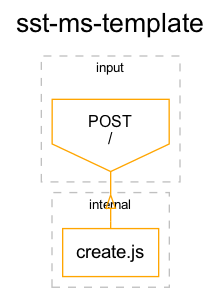
Earlier version of the Graphviz export stackdef/stackdef.png (wintvelt/sst-iam-test). Its source is kept beside it as stackdef/stackdef.dot. The source it was exported from:
```dot
digraph {
        node [shape=plaintext fontname="Arial" fontsize="10"]
        edge [fontname="Arial" fontsize="10"]
        subgraph cluster0 {
            label="internal"
            fontname="Arial"
            fontsize=10
            color=grey
            style=dashed
            node0 [ shape=box color=orange label=<
            <table border="0" cellborder="0" cellspacing="0">
            <tr><td align="left"><font point-size="14">create.js</font></td></tr>
            </table>>]
    }
    subgraph cluster1 {
            label="input"
            fontname="Arial"
            fontsize=10
            color=grey
            style=dashed
            node1 [ shape=invhouse color=orange fontsize=12 label="POST\n/"]
    }
    node1 -> node0 [color=orange arrowhead=nonenonenoneoinv]

    labelloc="t"
    fontname="Arial"
    fontsize="20"
    label="sst-ms-template"
}
```
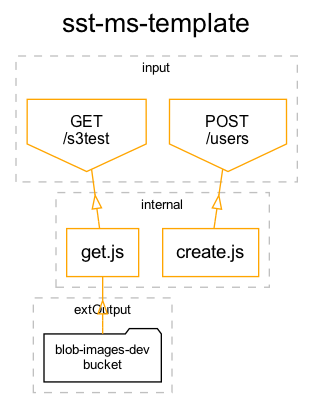
The same diagram one commit later.

What changed in the source:
```diff
@@ -11,6 +11,10 @@
             <table border="0" cellborder="0" cellspacing="0">
             <tr><td align="left"><font point-size="14">create.js</font></td></tr>
             </table>>]
+        node1 [ shape=box color=orange label=<
+            <table border="0" cellborder="0" cellspacing="0">
+            <tr><td align="left"><font point-size="14">get.js</font></td></tr>
+            </table>>]
     }
     subgraph cluster1 {
             label="input"
@@ -18,9 +22,20 @@
             fontsize=10
             color=grey
             style=dashed
-            node1 [ shape=invhouse color=orange fontsize=12 label="POST\n/"]
+            node2 [ shape=invhouse color=orange fontsize=12 label="POST\n/users"]
+        node3 [ shape=invhouse color=orange fontsize=12 label="GET\n/s3test"]
     }
-    node1 -> node0 [color=orange arrowhead=nonenonenoneoinv]
+    subgraph cluster2 {
+            label="extOutput"
+            fontname="Arial"
+            fontsize=10
+            color=grey
+            style=dashed
+            node4 [shape=folder label="blob-images-dev\nbucket"]
+    }
+    node2 -> node0 [color=orange arrowhead=nonenonenoneoinv]
+    node3 -> node1 [color=orange arrowhead=nonenonenoneoinv]
+    node1 -> node4 [color=orange arrowhead=nonenonenoneoinv]
 
     labelloc="t"
     fontname="Arial"
```
